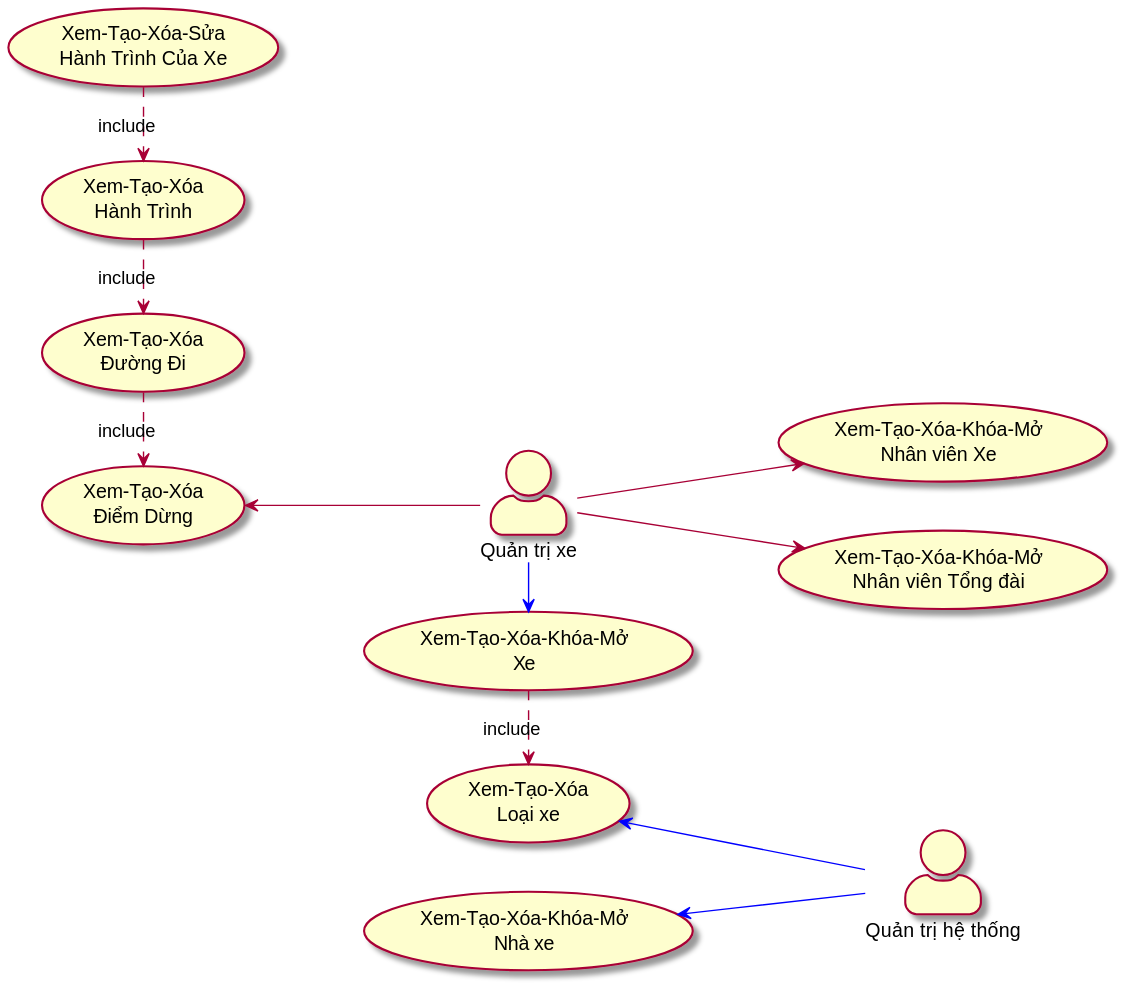
tungdduy/funixCP keeps this PlantUML diagram as Documents/working/Giap/usecases_and_flow_charts/sys_admin_usecases.svg. Above is the earlier version. Its diagram source:
```plantuml
@startuml
left to right direction
skinparam actorStyle awesome

:Quản trị hệ thống: as sa
(Xem-Tạo-Xóa-Khóa-Mở\nNhà xe) as (buss_operation)
(Xem-Tạo-Xóa\nLoại xe) as (buss_type)

sa -up-> (buss_operation)#blue
sa -up-> (buss_type)#blue

:Quản trị xe: as ba
(Xem-Tạo-Xóa\nHành Trình) as (trip)
(Xem-Tạo-Xóa\nĐiểm Dừng) as (buss_stop)
(Xem-Tạo-Xóa\nĐường Đi) as (path)
(Xem-Tạo-Xóa-Sửa\nHành Trình Của Xe) as (buss_trip)
(Xem-Tạo-Xóa-Khóa-Mở\nXe) as (buss)
(Xem-Tạo-Xóa-Khóa-Mở\nNhân viên Xe) as (buss_staff)
(Xem-Tạo-Xóa-Khóa-Mở\nNhân viên Tổng đài) as (caller_staff)

ba -right-> (buss)#blue
(buss) .> (buss_type) : include

ba --> (buss_staff)
ba --> (caller_staff)


ba -up-> (buss_stop)
(buss_trip) .> (trip) : include
(trip) .> (path) : include
(path) .> (buss_stop) : include

@enduml
```
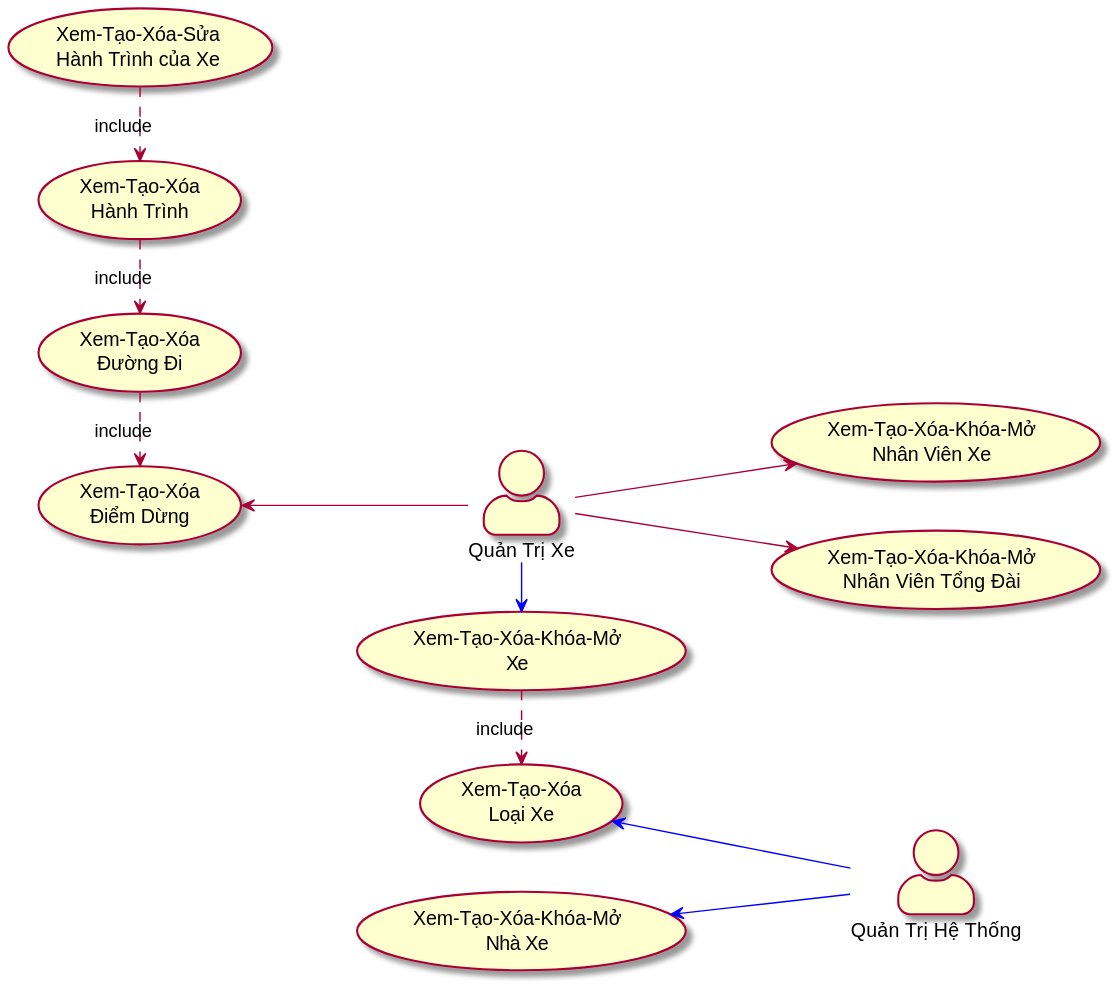
After the change.

Diff of the diagram source:
```diff
@@ -2,21 +2,21 @@
 left to right direction
 skinparam actorStyle awesome
 
-:Quản trị hệ thống: as sa
-(Xem-Tạo-Xóa-Khóa-Mở\nNhà xe) as (buss_operation)
-(Xem-Tạo-Xóa\nLoại xe) as (buss_type)
+:Quản Trị Hệ Thống: as sa
+(Xem-Tạo-Xóa-Khóa-Mở\nNhà Xe) as (buss_operation)
+(Xem-Tạo-Xóa\nLoại Xe) as (buss_type)
 
 sa -up-> (buss_operation)#blue
 sa -up-> (buss_type)#blue
 
-:Quản trị xe: as ba
+:Quản Trị Xe: as ba
 (Xem-Tạo-Xóa\nHành Trình) as (trip)
 (Xem-Tạo-Xóa\nĐiểm Dừng) as (buss_stop)
 (Xem-Tạo-Xóa\nĐường Đi) as (path)
-(Xem-Tạo-Xóa-Sửa\nHành Trình Của Xe) as (buss_trip)
+(Xem-Tạo-Xóa-Sửa\nHành Trình của Xe) as (buss_trip)
 (Xem-Tạo-Xóa-Khóa-Mở\nXe) as (buss)
-(Xem-Tạo-Xóa-Khóa-Mở\nNhân viên Xe) as (buss_staff)
-(Xem-Tạo-Xóa-Khóa-Mở\nNhân viên Tổng đài) as (caller_staff)
+(Xem-Tạo-Xóa-Khóa-Mở\nNhân Viên Xe) as (buss_staff)
+(Xem-Tạo-Xóa-Khóa-Mở\nNhân Viên Tổng Đài) as (caller_staff)
 
 ba -right-> (buss)#blue
 (buss) .> (buss_type) : include
```
